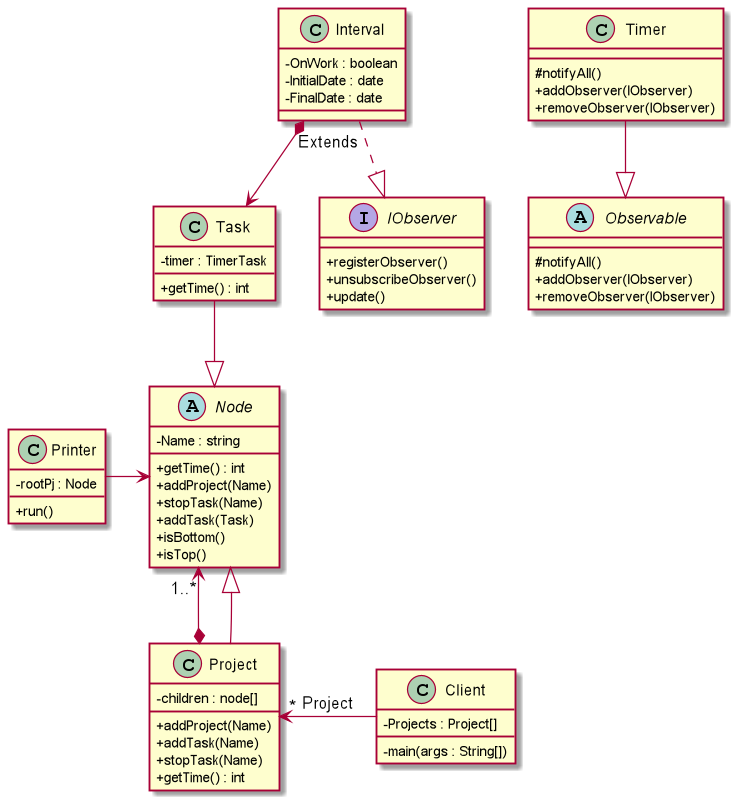
lluisalonsop/PracticaDS-2021-2022 keeps this PlantUML diagram as model.png. Above is the earlier version. Its diagram source:
```plantuml
@startuml

skinparam classAttributeIconSize 0

class Client {
    - Projects : Project[]
    - main(args : String[])
}

Abstract Node{
    - Name : string
    + getTime() : int
    + addProject(Name)
    +stopTask(Name)
    + addTask(Task)
    + isBottom()
    + isTop()
}

class Project {
    - children : node[]
    + addProject(Name)
    + addTask(Name)
    + stopTask(Name)
    + getTime() : int
}

class Task {
    - timer : TimerTask
    + getTime() : int
}
class Interval{
    - OnWork : boolean
    -InitialDate : date
    -FinalDate : date
}

Abstract Observable{
    #notifyAll()
    +addObserver(IObserver)
    +removeObserver(IObserver)
}
class Timer{
    #notifyAll()
    +addObserver(IObserver)
    +removeObserver(IObserver)
}
class Printer{
    -rootPj : Node
    + run()
}
Interface (IObserver){
    +registerObserver()
    +unsubscribeObserver()
    +update()
}
Interval *--> Task
Project *-up-> "1..*" Node
Client -left-> "*" Project: Project
Task -down-|> Node
Project -up-|> Node
Timer --|> Observable
Interval "Extends" ..|> IObserver
Printer -> Node
@enduml
```
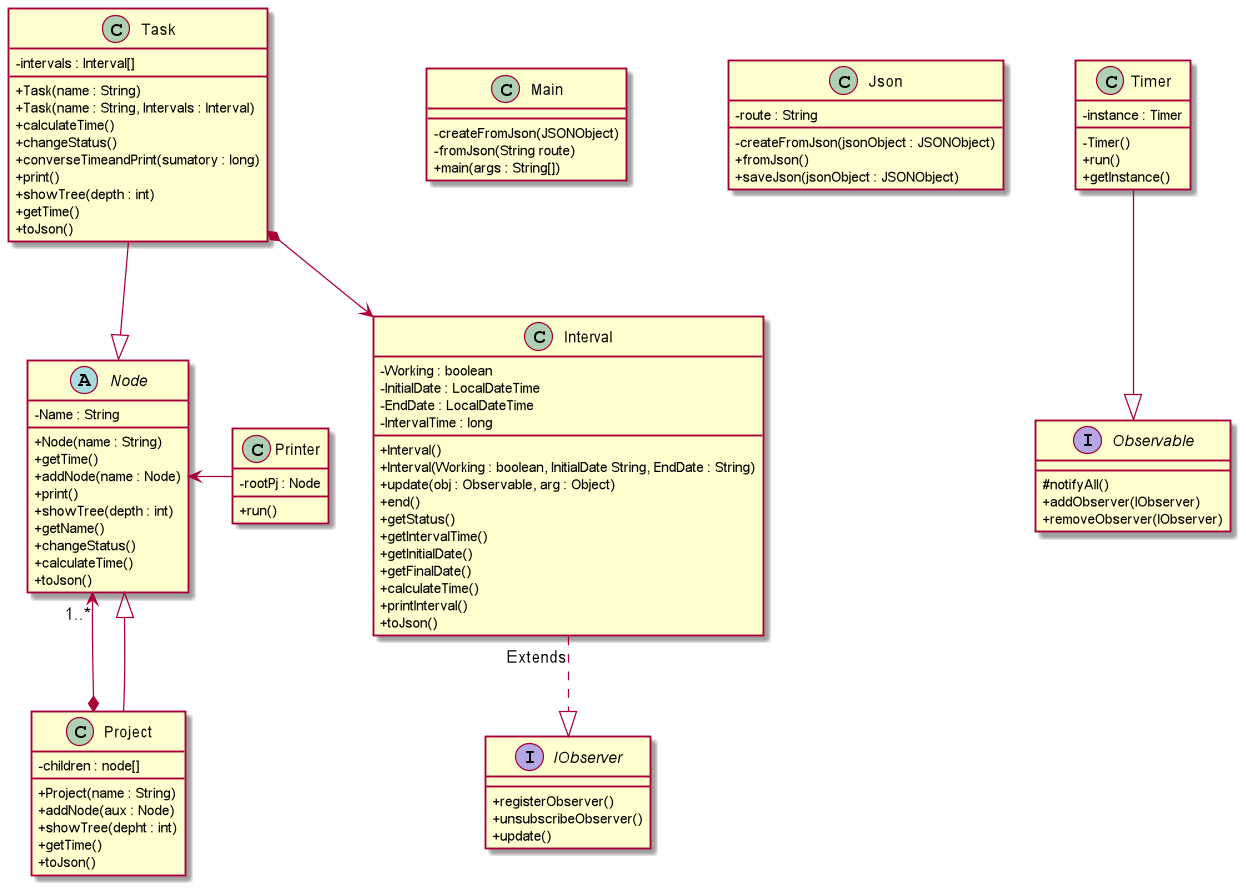
After the change.

Change to the diagram source:
```diff
@@ -2,61 +2,98 @@
 
 skinparam classAttributeIconSize 0
 
-class Client {
-    - Projects : Project[]
-    - main(args : String[])
+class Main {
+    - createFromJson(JSONObject)
+    - fromJson(String route)
+    + main(args : String[])
+}
+
+class Json {
+    - route : String
+    - createFromJson(jsonObject : JSONObject)
+    + fromJson()
+    + saveJson(jsonObject : JSONObject)
 }
 
 Abstract Node{
-    - Name : string
-    + getTime() : int
-    + addProject(Name)
-    +stopTask(Name)
-    + addTask(Task)
-    + isBottom()
-    + isTop()
+    - Name : String
+    + Node(name : String)
+    + getTime()
+    + addNode(name : Node)
+    + print()
+    + showTree(depth : int)
+    + getName()
+    + changeStatus()
+    + calculateTime()
+    + toJson()
 }
 
 class Project {
     - children : node[]
-    + addProject(Name)
-    + addTask(Name)
-    + stopTask(Name)
-    + getTime() : int
+    + Project(name : String)
+    + addNode(aux : Node)
+    + showTree(depht : int)
+    + getTime()
+    + toJson()
 }
 
 class Task {
-    - timer : TimerTask
-    + getTime() : int
+    - intervals : Interval[]
+    + Task(name : String)
+    + Task(name : String, Intervals : Interval)
+    + calculateTime()
+    + changeStatus()
+    + converseTimeandPrint(sumatory : long)
+    + print()
+    + showTree(depth : int)
+    + getTime()
+    + toJson()
 }
 class Interval{
-    - OnWork : boolean
-    -InitialDate : date
-    -FinalDate : date
+    - Working : boolean
+    - InitialDate : LocalDateTime
+    - EndDate : LocalDateTime
+    - IntervalTime : long
+    + Interval()
+    + Interval(Working : boolean, InitialDate String, EndDate : String)
+    + update(obj : Observable, arg : Object)
+    + end()
+    + getStatus()
+    + getIntervalTime()
+    + getInitialDate()
+    + getFinalDate()
+    + calculateTime()
+    + printInterval()
+    + toJson()
 }
 
-Abstract Observable{
+Interface Observable{
     #notifyAll()
     +addObserver(IObserver)
     +removeObserver(IObserver)
 }
+
 class Timer{
-    #notifyAll()
-    +addObserver(IObserver)
-    +removeObserver(IObserver)
+    - instance : Timer
+    - Timer()
+    + run()
+    + getInstance()
 }
+
 class Printer{
     -rootPj : Node
     + run()
 }
+
 Interface (IObserver){
     +registerObserver()
     +unsubscribeObserver()
     +update()
 }
-Interval *--> Task
+
+Task *--> Interval
 Project *-up-> "1..*" Node
-Client -left-> "*" Project: Project
+
 Task -down-|> Node
 Project -up-|> Node
 Timer --|> Observable
```
